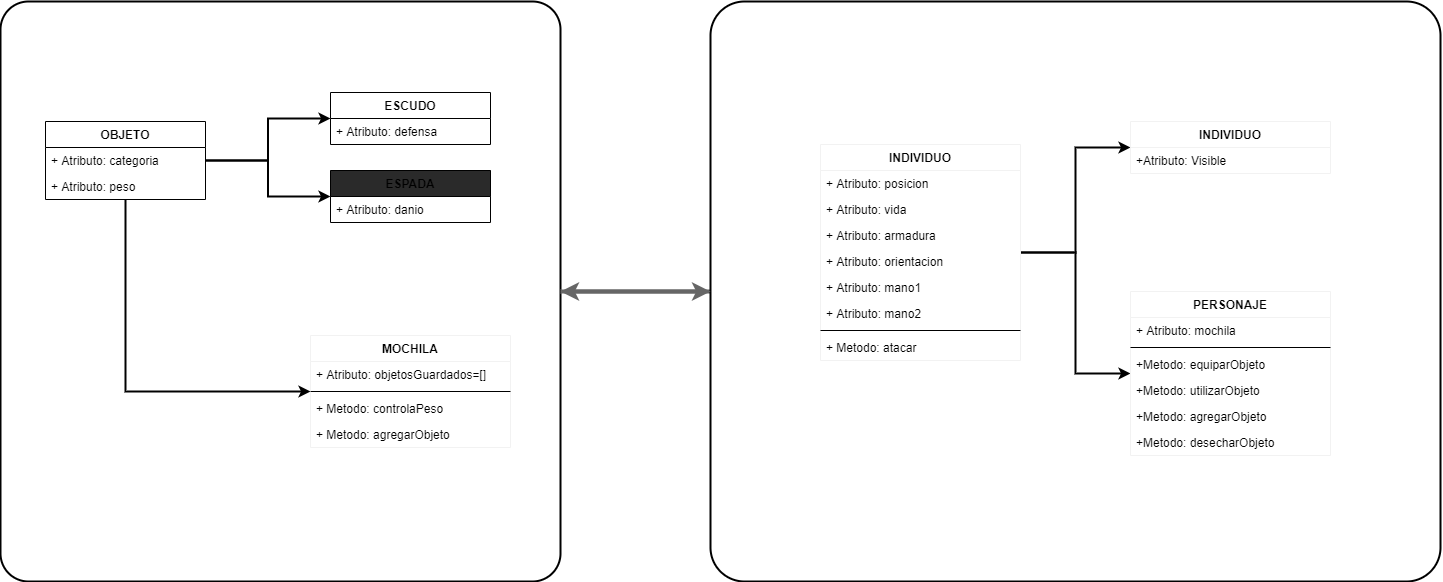
The draw.io diagram picture/presentacion/tp_algo1.drawio.png in algo1unsam/2021s1-tp-grupal-juego-recursa3, before a commit. Source tidied: cells renumbered, new cells last; positions are measured from the earlier drawing's top-left corner, leaving out a move shared by most shapes.
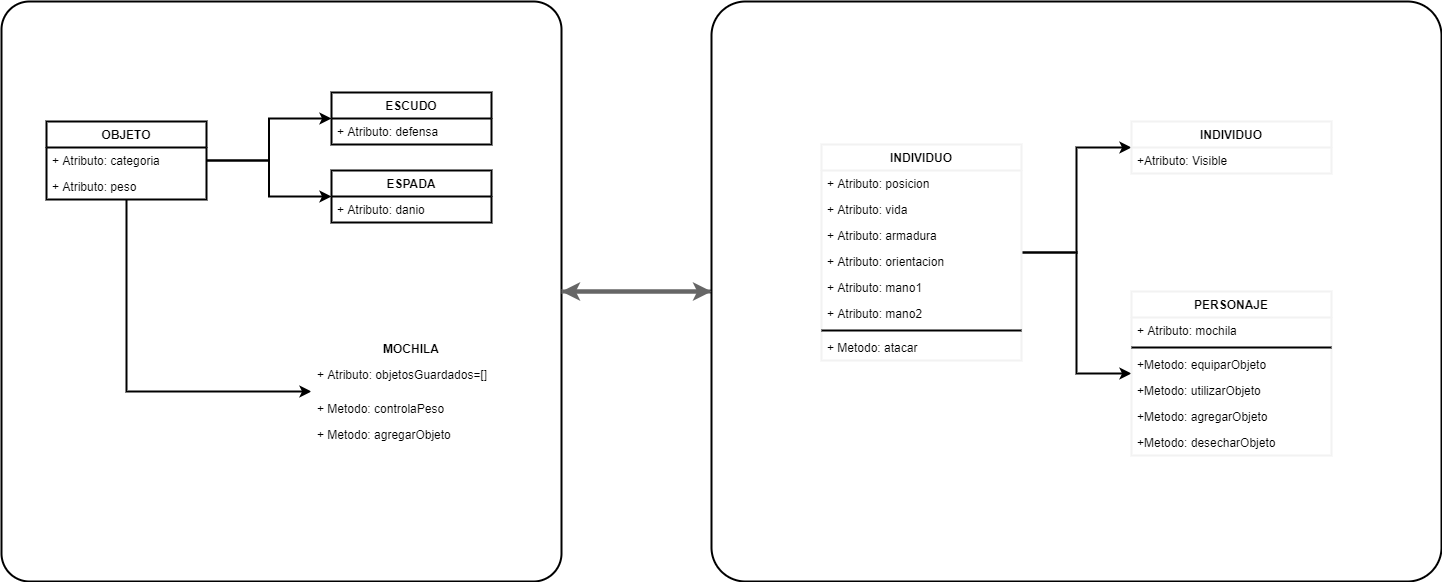
The same file after the commit.

Commit message:
se modifica grafico

Change to the diagram source:
```diff
@@ -27,7 +27,7 @@
         </Array>
       </mxGeometry>
     </mxCell>
-    <mxCell id="9" value="OBJETO" style="swimlane;fontStyle=1;align=center;verticalAlign=top;horizontal=1;startSize=26;fillColor=none;" parent="1" vertex="1">
+    <mxCell id="9" value="OBJETO" style="swimlane;fontStyle=1;align=center;verticalAlign=top;horizontal=1;startSize=26;fillColor=none;strokeWidth=2;" parent="1" vertex="1">
       <mxGeometry x="45" y="120" width="160" height="78" as="geometry" />
     </mxCell>
     <mxCell id="10" value="+ Atributo: categoria" style="text;strokeColor=none;fillColor=none;align=left;verticalAlign=top;spacingLeft=4;spacingRight=4;overflow=hidden;" parent="9" vertex="1">
@@ -36,25 +36,25 @@
     <mxCell id="11" value="+ Atributo: peso" style="text;strokeColor=none;fillColor=none;align=left;verticalAlign=top;spacingLeft=4;spacingRight=4;overflow=hidden;" parent="9" vertex="1">
       <mxGeometry y="52" width="160" height="26" as="geometry" />
     </mxCell>
-    <mxCell id="12" value="ESCUDO" style="swimlane;fontStyle=1;align=center;verticalAlign=top;horizontal=1;startSize=26;fillColor=none;" parent="1" vertex="1">
+    <mxCell id="12" value="ESCUDO" style="swimlane;fontStyle=1;align=center;verticalAlign=top;horizontal=1;startSize=26;fillColor=none;strokeWidth=2;" parent="1" vertex="1">
       <mxGeometry x="330" y="91" width="160" height="52" as="geometry" />
     </mxCell>
     <mxCell id="13" value="+ Atributo: defensa" style="text;strokeColor=none;fillColor=none;align=left;verticalAlign=top;spacingLeft=4;spacingRight=4;overflow=hidden;" parent="12" vertex="1">
       <mxGeometry y="26" width="160" height="26" as="geometry" />
     </mxCell>
-    <mxCell id="14" value="ESPADA" style="swimlane;fontStyle=1;align=center;verticalAlign=top;horizontal=1;startSize=26;fillColor=#2A2A2A;" parent="1" vertex="1">
+    <mxCell id="14" value="ESPADA" style="swimlane;fontStyle=1;align=center;verticalAlign=top;horizontal=1;startSize=26;fillColor=none;strokeWidth=2;" parent="1" vertex="1">
       <mxGeometry x="330" y="169" width="160" height="52" as="geometry" />
     </mxCell>
     <mxCell id="15" value="+ Atributo: danio" style="text;strokeColor=none;fillColor=none;align=left;verticalAlign=top;spacingLeft=4;spacingRight=4;overflow=hidden;" parent="14" vertex="1">
       <mxGeometry y="26" width="160" height="26" as="geometry" />
     </mxCell>
-    <mxCell id="16" value="MOCHILA" style="swimlane;fontStyle=1;align=center;verticalAlign=top;horizontal=1;startSize=26;strokeColor=#F2F2F2;gradientColor=none;fillColor=none;" parent="1" vertex="1">
+    <mxCell id="16" value="MOCHILA" style="swimlane;fontStyle=1;align=center;verticalAlign=top;horizontal=1;startSize=26;gradientColor=none;fillColor=none;strokeWidth=2;strokeColor=#FFFFFF;" parent="1" vertex="1">
       <mxGeometry x="310" y="334" width="200" height="112" as="geometry" />
     </mxCell>
     <mxCell id="17" value="+ Atributo: objetosGuardados=[]" style="text;strokeColor=none;fillColor=none;align=left;verticalAlign=top;spacingLeft=4;spacingRight=4;overflow=hidden;" parent="16" vertex="1">
       <mxGeometry y="26" width="200" height="26" as="geometry" />
     </mxCell>
-    <mxCell id="18" style="line;strokeWidth=1;fillColor=none;align=left;verticalAlign=middle;spacingTop=-1;spacingLeft=3;spacingRight=3;labelPosition=right;" parent="16" vertex="1">
+    <mxCell id="18" style="line;strokeWidth=2;fillColor=none;align=left;verticalAlign=middle;spacingTop=-1;spacingLeft=3;spacingRight=3;labelPosition=right;strokeColor=#FFFFFF;" parent="16" vertex="1">
       <mxGeometry y="52" width="200" height="8" as="geometry" />
     </mxCell>
     <mxCell id="19" value="+ Metodo: controlaPeso" style="text;strokeColor=none;fillColor=none;align=left;verticalAlign=top;spacingLeft=4;spacingRight=4;overflow=hidden;" parent="16" vertex="1">
@@ -69,7 +69,7 @@
     <mxCell id="22" style="edgeStyle=orthogonalEdgeStyle;rounded=0;jettySize=auto;html=1;strokeWidth=2;" parent="1" edge="1" source="23" target="34">
       <mxGeometry relative="1" as="geometry" />
     </mxCell>
-    <mxCell id="23" value="INDIVIDUO" style="swimlane;fontStyle=1;align=center;verticalAlign=top;horizontal=1;startSize=26;strokeColor=#F2F2F2;gradientColor=none;fillColor=none;" parent="1" vertex="1">
+    <mxCell id="23" value="INDIVIDUO" style="swimlane;fontStyle=1;align=center;verticalAlign=top;horizontal=1;startSize=26;strokeColor=#F2F2F2;gradientColor=none;fillColor=none;strokeWidth=2;" parent="1" vertex="1">
       <mxGeometry x="820" y="143" width="200" height="216" as="geometry" />
     </mxCell>
     <mxCell id="24" value="+ Atributo: posicion" style="text;strokeColor=none;fillColor=none;align=left;verticalAlign=top;spacingLeft=4;spacingRight=4;overflow=hidden;" parent="23" vertex="1">
@@ -90,25 +90,25 @@
     <mxCell id="29" value="+ Atributo: mano2" style="text;strokeColor=none;fillColor=none;align=left;verticalAlign=top;spacingLeft=4;spacingRight=4;overflow=hidden;" parent="23" vertex="1">
       <mxGeometry y="156" width="200" height="26" as="geometry" />
     </mxCell>
-    <mxCell id="30" style="line;strokeWidth=1;fillColor=none;align=left;verticalAlign=middle;spacingTop=-1;spacingLeft=3;spacingRight=3;labelPosition=right;" parent="23" vertex="1">
+    <mxCell id="30" style="line;strokeWidth=2;fillColor=none;align=left;verticalAlign=middle;spacingTop=-1;spacingLeft=3;spacingRight=3;labelPosition=right;" parent="23" vertex="1">
       <mxGeometry y="182" width="200" height="8" as="geometry" />
     </mxCell>
     <mxCell id="31" value="+ Metodo: atacar" style="text;strokeColor=none;fillColor=none;align=left;verticalAlign=top;spacingLeft=4;spacingRight=4;overflow=hidden;" parent="23" vertex="1">
       <mxGeometry y="190" width="200" height="26" as="geometry" />
     </mxCell>
-    <mxCell id="32" value="INDIVIDUO" style="swimlane;fontStyle=1;align=center;verticalAlign=top;horizontal=1;startSize=26;strokeColor=#F2F2F2;gradientColor=none;fillColor=none;" parent="1" vertex="1">
+    <mxCell id="32" value="INDIVIDUO" style="swimlane;fontStyle=1;align=center;verticalAlign=top;horizontal=1;startSize=26;strokeColor=#F2F2F2;gradientColor=none;fillColor=none;strokeWidth=2;" parent="1" vertex="1">
       <mxGeometry x="1130" y="120" width="200" height="52" as="geometry" />
     </mxCell>
     <mxCell id="33" value="+Atributo: Visible" style="text;strokeColor=none;fillColor=none;align=left;verticalAlign=top;spacingLeft=4;spacingRight=4;overflow=hidden;" parent="32" vertex="1">
       <mxGeometry y="26" width="200" height="26" as="geometry" />
     </mxCell>
-    <mxCell id="34" value="PERSONAJE" style="swimlane;fontStyle=1;align=center;verticalAlign=top;horizontal=1;startSize=26;strokeColor=#F2F2F2;gradientColor=none;fillColor=none;" parent="1" vertex="1">
+    <mxCell id="34" value="PERSONAJE" style="swimlane;fontStyle=1;align=center;verticalAlign=top;horizontal=1;startSize=26;strokeColor=#F2F2F2;gradientColor=none;fillColor=none;strokeWidth=2;" parent="1" vertex="1">
       <mxGeometry x="1130" y="290" width="200" height="164" as="geometry" />
     </mxCell>
     <mxCell id="35" value="+ Atributo: mochila" style="text;strokeColor=none;fillColor=none;align=left;verticalAlign=top;spacingLeft=4;spacingRight=4;overflow=hidden;" parent="34" vertex="1">
       <mxGeometry y="26" width="200" height="26" as="geometry" />
     </mxCell>
-    <mxCell id="36" style="line;strokeWidth=1;fillColor=none;align=left;verticalAlign=middle;spacingTop=-1;spacingLeft=3;spacingRight=3;labelPosition=right;" parent="34" vertex="1">
+    <mxCell id="36" style="line;strokeWidth=2;fillColor=none;align=left;verticalAlign=middle;spacingTop=-1;spacingLeft=3;spacingRight=3;labelPosition=right;" parent="34" vertex="1">
       <mxGeometry y="52" width="200" height="8" as="geometry" />
     </mxCell>
     <mxCell id="37" value="+Metodo: equiparObjeto" style="text;strokeColor=none;fillColor=none;align=left;verticalAlign=top;spacingLeft=4;spacingRight=4;overflow=hidden;" parent="34" vertex="1">
```
